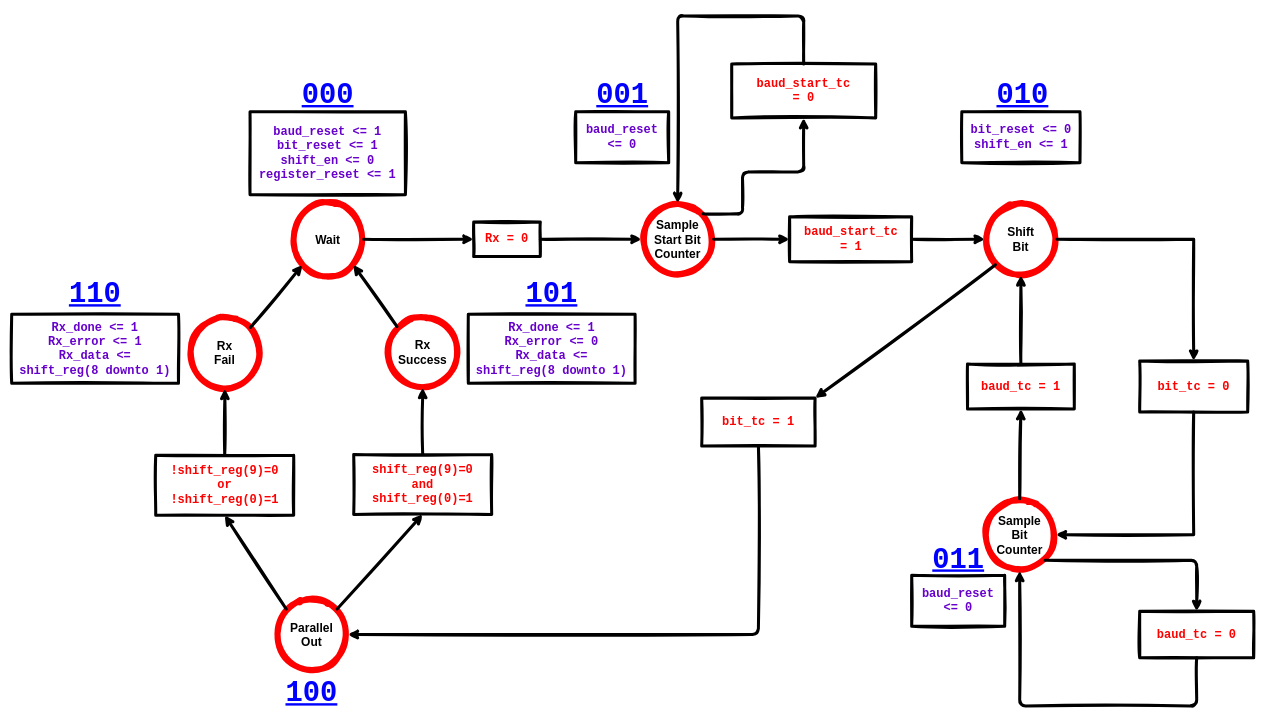
Before: diagrams/Receiver/Receiver State Machine.drawio in mubbie/es31-wordle, a draw.io diagram. Source tidied: cells renumbered, new cells numbered last; positions are measured from the earlier drawing's top-left corner, leaving out a move shared by most shapes. Both pictures are drawn from the tidied source at 60%, with x=0, y=0 at pixel (11, 16).
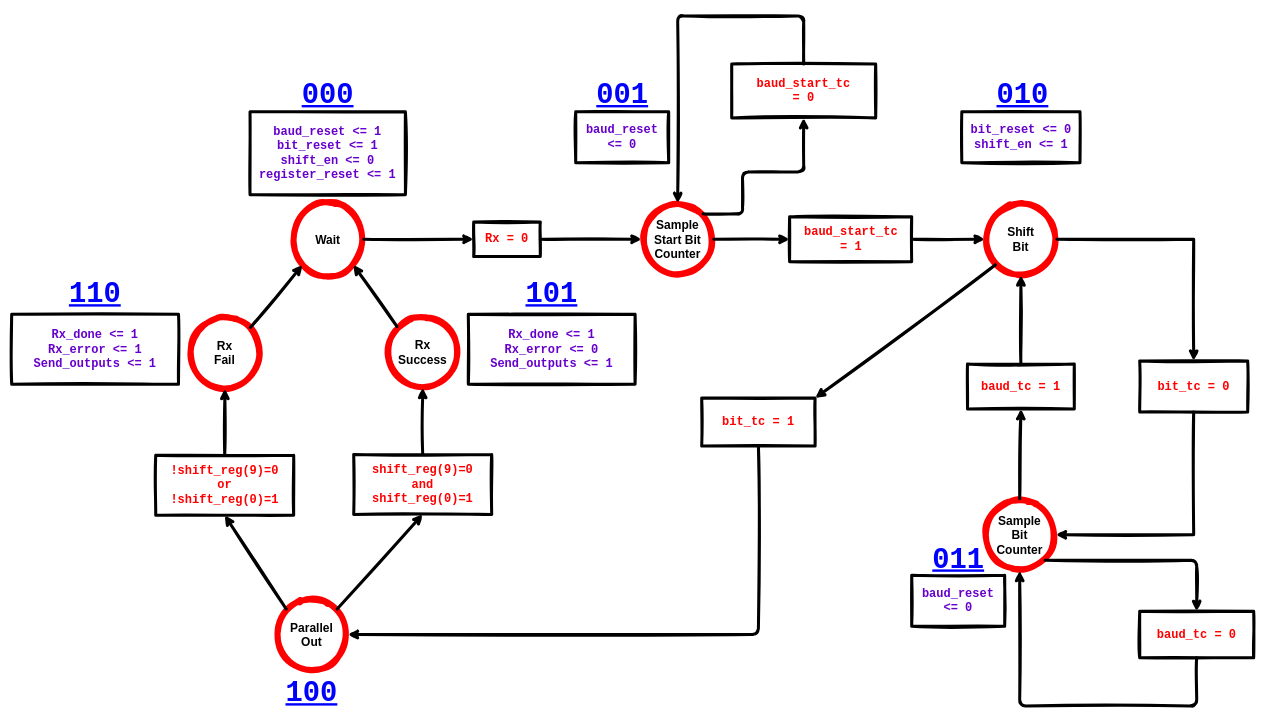
Above is the later version.

The edit, as a diff of the source:
```diff
@@
-    <mxCell id="61" value="&lt;font color=&quot;#6600cc&quot; size=&quot;1&quot; style=&quot;&quot; face=&quot;Courier New&quot;&gt;&lt;b style=&quot;font-size: 20px;&quot;&gt;Rx_done &amp;lt;= 1&lt;br&gt;Rx_error &amp;lt;= 0&lt;br&gt;Rx_data &amp;lt;= &lt;br&gt;shift_reg(8 downto 1)&lt;br&gt;&lt;/b&gt;&lt;/font&gt;" style="text;html=1;strokeColor=default;fillColor=none;align=center;verticalAlign=middle;whiteSpace=wrap;rounded=0;fontColor=#0000FF;sketch=1;strokeWidth=5;" parent="1" vertex="1">
-      <mxGeometry x="761" y="497.3" width="278" height="115" as="geometry" />
-    </mxCell>
-    <mxCell id="62" value="&lt;font color=&quot;#6600cc&quot; size=&quot;1&quot; style=&quot;&quot; face=&quot;Courier New&quot;&gt;&lt;b style=&quot;font-size: 20px;&quot;&gt;Rx_done &amp;lt;= 1&lt;br&gt;Rx_error &amp;lt;= 1&lt;br&gt;Rx_data &amp;lt;= &lt;br&gt;shift_reg(8 downto 1)&lt;br&gt;&lt;/b&gt;&lt;/font&gt;" style="text;html=1;strokeColor=default;fillColor=none;align=center;verticalAlign=middle;whiteSpace=wrap;rounded=0;fontColor=#0000FF;sketch=1;strokeWidth=5;" parent="1" vertex="1">
-      <mxGeometry y="497.3" width="278" height="115" as="geometry" />
+    <mxCell id="62" value="&lt;font color=&quot;#6600cc&quot; size=&quot;1&quot; style=&quot;&quot; face=&quot;Courier New&quot;&gt;&lt;b style=&quot;font-size: 20px;&quot;&gt;Rx_done &amp;lt;= 1&lt;br&gt;Rx_error &amp;lt;= 1&lt;br&gt;Send_outputs &amp;lt;= 1&lt;br&gt;&lt;/b&gt;&lt;/font&gt;" style="text;html=1;strokeColor=default;fillColor=none;align=center;verticalAlign=middle;whiteSpace=wrap;rounded=0;fontColor=#0000FF;sketch=1;strokeWidth=5;" parent="1" vertex="1">
+      <mxGeometry y="497.3" width="278" height="116.7" as="geometry" />
     </mxCell>
@@
+    <mxCell id="65" value="&lt;font color=&quot;#6600cc&quot; size=&quot;1&quot; style=&quot;&quot; face=&quot;Courier New&quot;&gt;&lt;b style=&quot;font-size: 20px;&quot;&gt;Rx_done &amp;lt;= 1&lt;br&gt;Rx_error &amp;lt;= 0&lt;br&gt;Send_outputs &amp;lt;= 1&lt;br&gt;&lt;/b&gt;&lt;/font&gt;" style="text;html=1;strokeColor=default;fillColor=none;align=center;verticalAlign=middle;whiteSpace=wrap;rounded=0;fontColor=#0000FF;sketch=1;strokeWidth=5;" parent="1" vertex="1">
+      <mxGeometry x="761" y="497.3" width="278" height="116.7" as="geometry" />
+    </mxCell>
```
